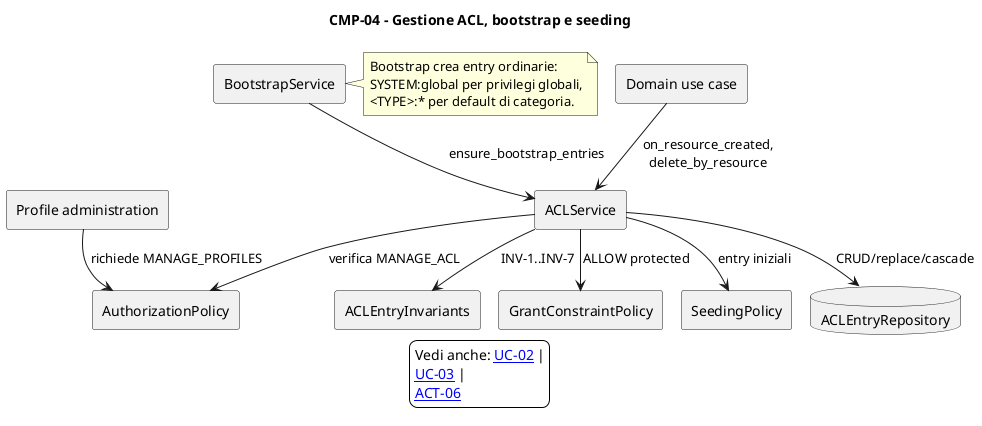
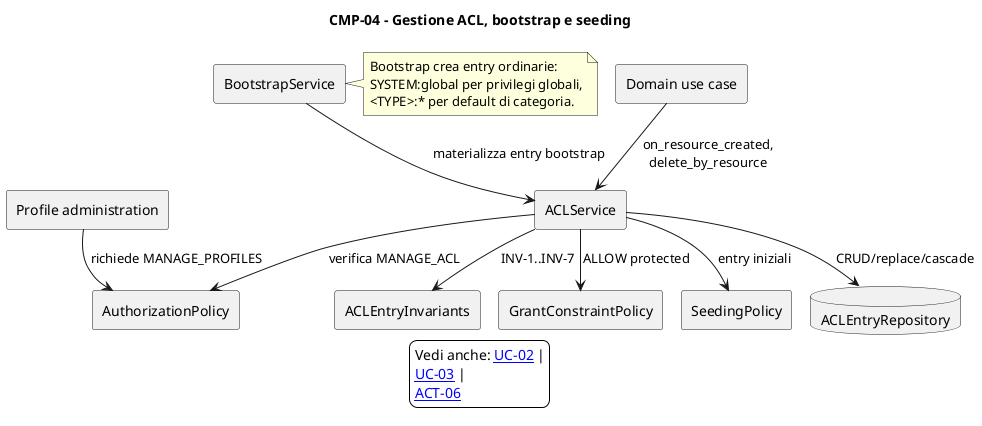
@startuml 04_gestione_acl_bootstrap
' Title: Sistema ACL - 04_gestione_acl_bootstrap
' Author/Licensor: Francesco
' Source: this repository
' License: Creative Commons Attribution-ShareAlike 4.0 International
' License URL: https://creativecommons.org/licenses/by-sa/4.0/
' SPDX-License-Identifier: CC-BY-SA-4.0
!pragma layout smetana
skinparam backgroundColor white
skinparam nodesep 80
skinparam ranksep 80
title CMP-04 - Gestione ACL, bootstrap e seeding
skinparam shadowing false
skinparam componentStyle rectangle

component "ACLService" as AclService
component "AuthorizationPolicy" as Policy
component "ACLEntryInvariants" as Invariants
component "GrantConstraintPolicy" as GrantPolicy
component "SeedingPolicy" as SeedingPolicy
component "BootstrapService" as BootstrapService
database "ACLEntryRepository" as Repo

component "Domain use case" as DomainUseCase
component "Profile administration" as ProfileAdmin

AclService --> Policy : verifica MANAGE_ACL
AclService --> Invariants : INV-1..INV-7
AclService --> GrantPolicy : ALLOW protected
AclService --> Repo : CRUD/replace/cascade
DomainUseCase --> AclService : on_resource_created,\ndelete_by_resource
AclService --> SeedingPolicy : entry iniziali
- BootstrapService --> AclService : ensure_bootstrap_entries
+ BootstrapService --> AclService : materializza entry bootstrap
ProfileAdmin --> Policy : richiede MANAGE_PROFILES

note right of BootstrapService
  Bootstrap crea entry ordinarie:
  SYSTEM:global per privilegi globali,
  <TYPE>:* per default di categoria.
end note

legend
  Vedi anche: [[../use%20case/02_gestire_entry_acl.puml UC-02]] |
  [[../use%20case/03_bootstrap_primo_admin.puml UC-03]] |
  [[../attivit%C3%A0/06_creazione_risorsa_seeding.puml ACT-06]]
endlegend
@enduml
